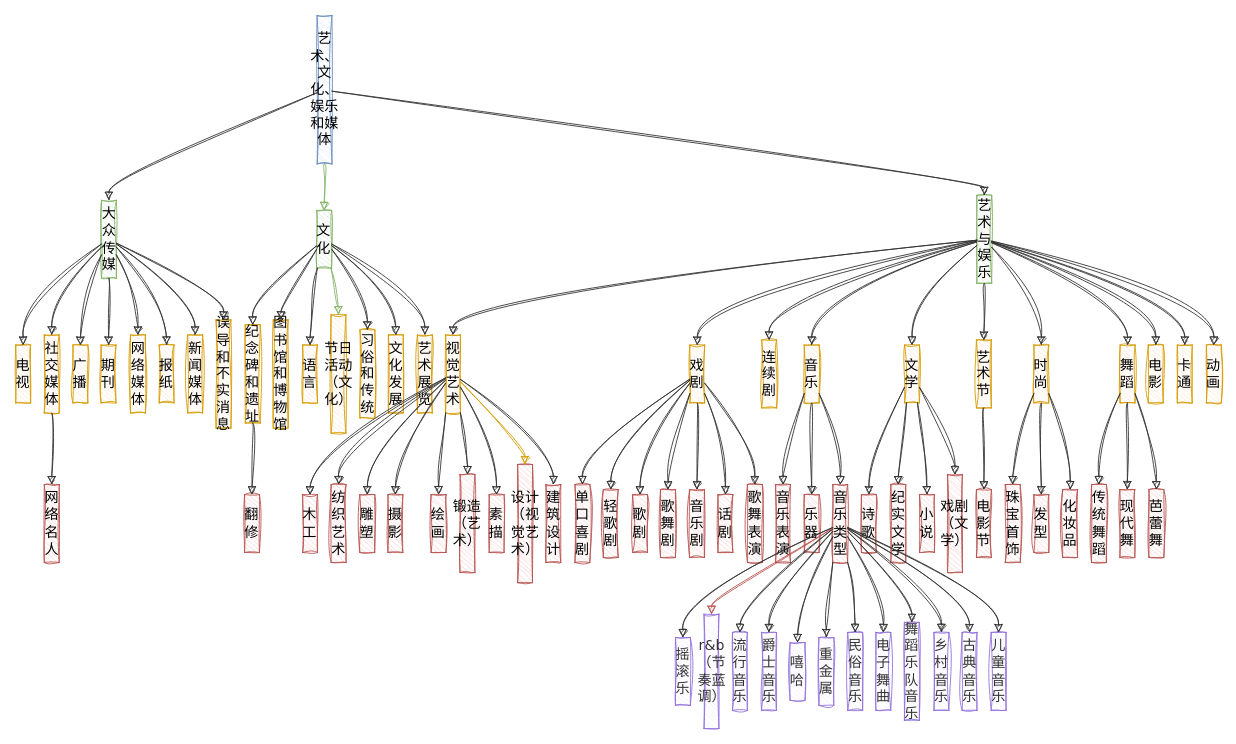
linslime/DrawIO keeps this draw.io diagram as 艺术、文化、娱乐和媒体 树状图.drawio. Above is the earlier version. Source tidied: cells renumbered, new cells numbered last; positions are measured from the earlier drawing's top-left corner, leaving out a move shared by most shapes. Both pictures are drawn from the tidied source at 88%, with x=0, y=0 at pixel (-6, -231).
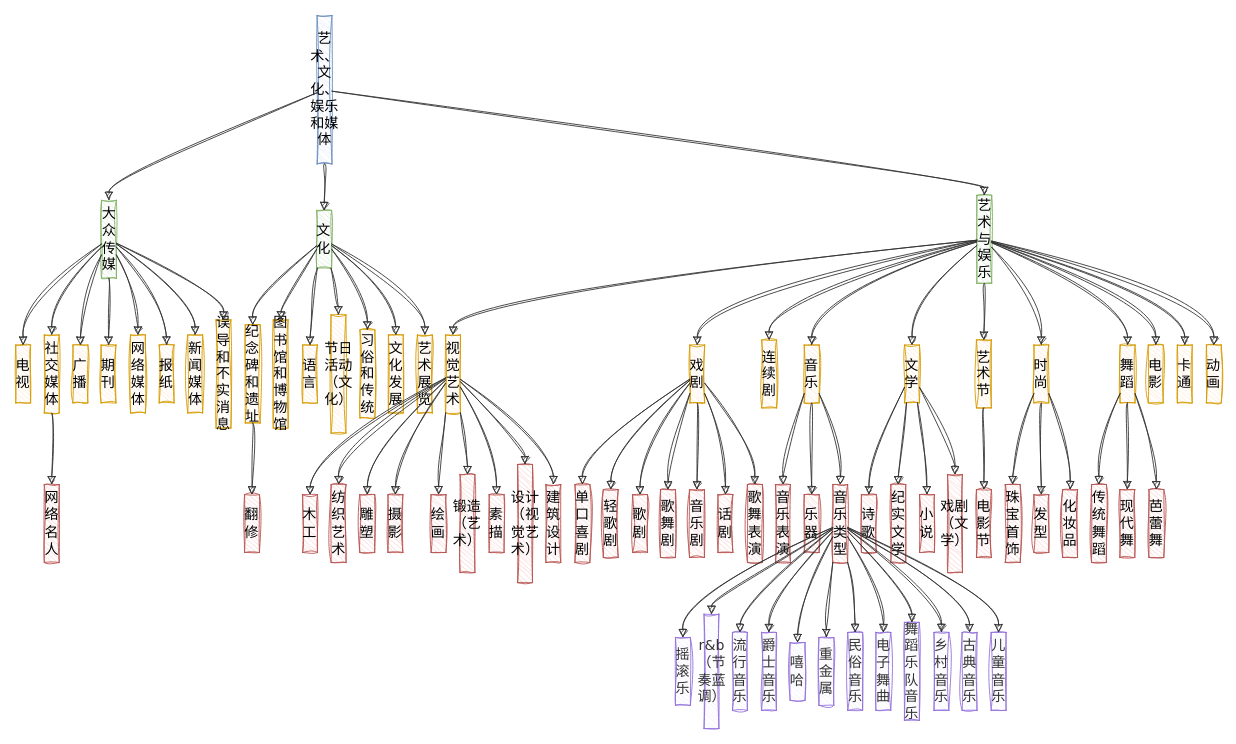
The same page after the edit.

Commit message:
更新艺术、文化、娱乐和媒体 树状图.drawio

The change refers to these unchanged cells:
```xml
<mxCell id="2" style="group;rotation=90;horizontal=0;sketch=1;curveFitting=1;jiggle=2;" parent="1" vertex="1">
  <mxGeometry x="304" width="810" height="1370" as="geometry" />
</mxCell>
<mxCell id="3" value="艺术、文化、娱乐和媒体" style="html=1;whiteSpace=wrap;strokeWidth=1;fillColor=#dae8fc;strokeColor=#6c8ebf;fontFamily=Trebuchet MS,Verdana,Arial,sans-serif;fontSize=16;rotation=90;horizontal=0;sketch=1;curveFitting=1;jiggle=2;" parent="2" vertex="1">
  <mxGeometry x="-13" y="356" width="168.6" height="16.9" as="geometry" />
</mxCell>
<mxCell id="5" value="文化" style="html=1;whiteSpace=wrap;strokeWidth=1;fillColor=#d5e8d4;strokeColor=#82b366;fontFamily=Trebuchet MS,Verdana,Arial,sans-serif;fontSize=16;rotation=90;horizontal=0;sketch=1;curveFitting=1;jiggle=2;" parent="2" vertex="1">
  <mxGeometry x="38" y="526" width="65.7" height="16.9" as="geometry" />
</mxCell>
<mxCell id="17" value="视觉艺术" style="html=1;whiteSpace=wrap;strokeWidth=1;fillColor=#ffe6cc;strokeColor=#d79b00;fontFamily=Trebuchet MS,Verdana,Arial,sans-serif;fontSize=16;rotation=90;horizontal=0;sketch=1;curveFitting=1;jiggle=2;" parent="2" vertex="1">
  <mxGeometry x="173" y="679" width="88.6" height="16.9" as="geometry" />
</mxCell>
<mxCell id="29" value="音乐类型" style="html=1;whiteSpace=wrap;strokeWidth=1;fillColor=#f8cecc;strokeColor=#b85450;fontFamily=Trebuchet MS,Verdana,Arial,sans-serif;fontSize=16;rotation=90;horizontal=0;sketch=1;curveFitting=1;jiggle=2;" parent="2" vertex="1">
  <mxGeometry x="613" y="849" width="88.6" height="16.9" as="geometry" />
</mxCell>
<mxCell id="42" value="r&amp;b（节奏蓝调）" style="html=1;whiteSpace=wrap;strokeWidth=1;fillColor=light-dark(#ECECFF,#1f2020);strokeColor=light-dark(#9370DB,#cccccc);fontColor=light-dark(#333333,#cccccc);fontFamily=Trebuchet MS,Verdana,Arial,sans-serif;fontSize=16;rotation=90;horizontal=0;sketch=1;curveFitting=1;jiggle=2;" parent="2" vertex="1">
  <mxGeometry x="446" y="1017" width="130" height="16.9" as="geometry" />
</mxCell>
<mxCell id="52" value="设计（视觉艺术）" style="html=1;whiteSpace=wrap;strokeWidth=1;fillColor=#f8cecc;strokeColor=#b85450;fontFamily=Trebuchet MS,Verdana,Arial,sans-serif;fontSize=16;rotation=90;horizontal=0;sketch=1;curveFitting=1;jiggle=2;" parent="2" vertex="1">
  <mxGeometry x="232" y="849" width="134.3" height="16.9" as="geometry" />
</mxCell>
<mxCell id="63" value="节日活动（文化）" style="html=1;whiteSpace=wrap;strokeWidth=1;fillColor=#ffe6cc;strokeColor=#d79b00;fontFamily=Trebuchet MS,Verdana,Arial,sans-serif;fontSize=16;rotation=90;horizontal=0;sketch=1;curveFitting=1;jiggle=2;" parent="2" vertex="1">
  <mxGeometry x="20" y="679" width="134.3" height="16.9" as="geometry" />
</mxCell>
```

What changed in the source:
```diff
@@
-    <mxCell id="78" style="curved=1;startArrow=none;endArrow=block;endSize=7;strokeColor=#82b366;exitX=1;exitY=0.5;entryX=0;entryY=0.5;rounded=0;horizontal=0;sketch=1;curveFitting=1;jiggle=2;fillColor=#d5e8d4;" parent="2" edge="1" source="3" target="5">
+    <mxCell id="78" style="curved=1;startArrow=none;endArrow=block;endSize=7;strokeColor=light-dark(#333333,#cccccc);exitX=1;exitY=0.5;entryX=0;entryY=0.5;rounded=0;horizontal=0;sketch=1;curveFitting=1;jiggle=2;align=center;verticalAlign=middle;fontFamily=Helvetica;fontSize=11;fontColor=default;labelBackgroundColor=default;" parent="2" edge="1" source="3" target="5">
       <mxGeometry relative="1" as="geometry" />
     </mxCell>
@@
-    <mxCell id="115" style="curved=1;startArrow=none;endArrow=block;endSize=7;strokeColor=#b85450;exitX=0.56;exitY=1;entryX=0;entryY=0.5;rounded=0;horizontal=0;sketch=1;curveFitting=1;jiggle=2;fillColor=#f8cecc;" parent="2" edge="1" source="29" target="42">
+    <mxCell id="115" style="curved=1;startArrow=none;endArrow=block;endSize=7;strokeColor=light-dark(#333333,#cccccc);exitX=0.56;exitY=1;entryX=0;entryY=0.5;rounded=0;horizontal=0;sketch=1;curveFitting=1;jiggle=2;align=center;verticalAlign=middle;fontFamily=Helvetica;fontSize=11;fontColor=default;labelBackgroundColor=default;" parent="2" edge="1" source="29" target="42">
       <mxGeometry relative="1" as="geometry">
         <Array as="points">
           <mxPoint x="511" y="942" />
         </Array>
       </mxGeometry>
     </mxCell>
@@
-    <mxCell id="125" style="curved=1;startArrow=none;endArrow=block;endSize=7;strokeColor=#d79b00;exitX=0.6;exitY=0;entryX=0;entryY=0.5;rounded=0;horizontal=0;sketch=1;curveFitting=1;jiggle=2;fillColor=#ffe6cc;" parent="2" edge="1" source="17" target="52">
+    <mxCell id="125" style="curved=1;startArrow=none;endArrow=block;endSize=7;strokeColor=light-dark(#333333,#cccccc);exitX=0.6;exitY=0;entryX=0;entryY=0.5;rounded=0;horizontal=0;sketch=1;curveFitting=1;jiggle=2;align=center;verticalAlign=middle;fontFamily=Helvetica;fontSize=11;fontColor=default;labelBackgroundColor=default;" parent="2" edge="1" source="17" target="52">
       <mxGeometry relative="1" as="geometry">
         <Array as="points">
           <mxPoint x="299" y="772" />
         </Array>
       </mxGeometry>
     </mxCell>
@@
-    <mxCell id="136" style="curved=1;startArrow=none;endArrow=block;endSize=7;strokeColor=#82b366;exitX=1;exitY=0.04;entryX=0;entryY=0.5;rounded=0;horizontal=0;sketch=1;curveFitting=1;jiggle=2;fillColor=#d5e8d4;" parent="2" edge="1" source="5" target="63">
+    <mxCell id="136" style="curved=1;startArrow=none;endArrow=block;endSize=7;strokeColor=light-dark(#333333,#cccccc);exitX=1;exitY=0.04;entryX=0;entryY=0.5;rounded=0;horizontal=0;sketch=1;curveFitting=1;jiggle=2;align=center;verticalAlign=middle;fontFamily=Helvetica;fontSize=11;fontColor=default;labelBackgroundColor=default;" parent="2" edge="1" source="5" target="63">
       <mxGeometry relative="1" as="geometry">
         <Array as="points">
           <mxPoint x="87" y="602" />
         </Array>
       </mxGeometry>
     </mxCell>
```
